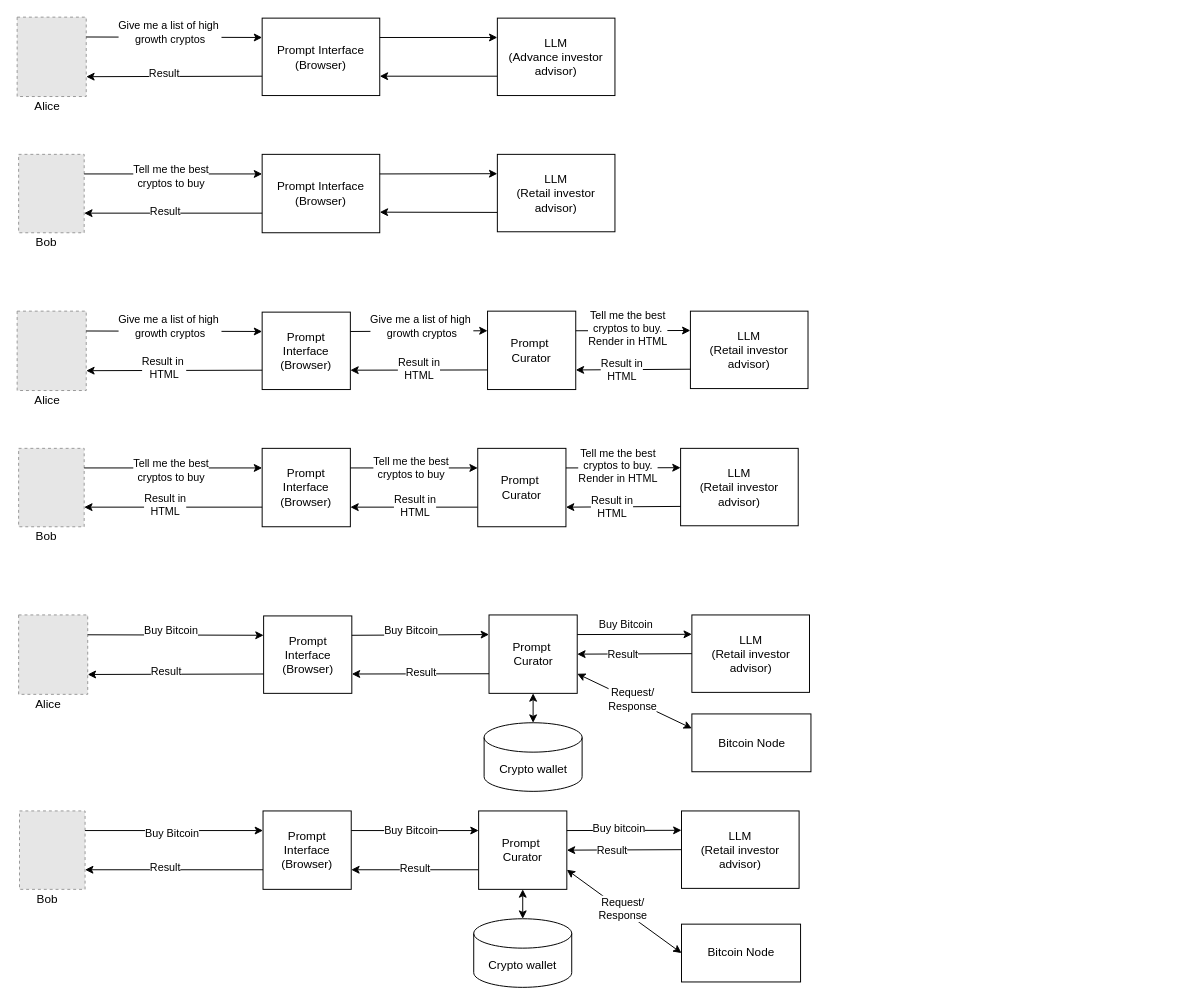
Earlier version of the draw.io diagram page "prompt" (3 of 3) of assets/learn-ai.drawio (paulwizviz/ai-engineering). Source tidied: cells renumbered, new cells numbered last; positions are measured from the earlier drawing's top-left corner, leaving out a move shared by most shapes. Both pictures are drawn from the tidied source at 98%, with x=0, y=0 at pixel (17, 17). Pictures stored in the file or linked from it are replaced by grey dashed boxes.
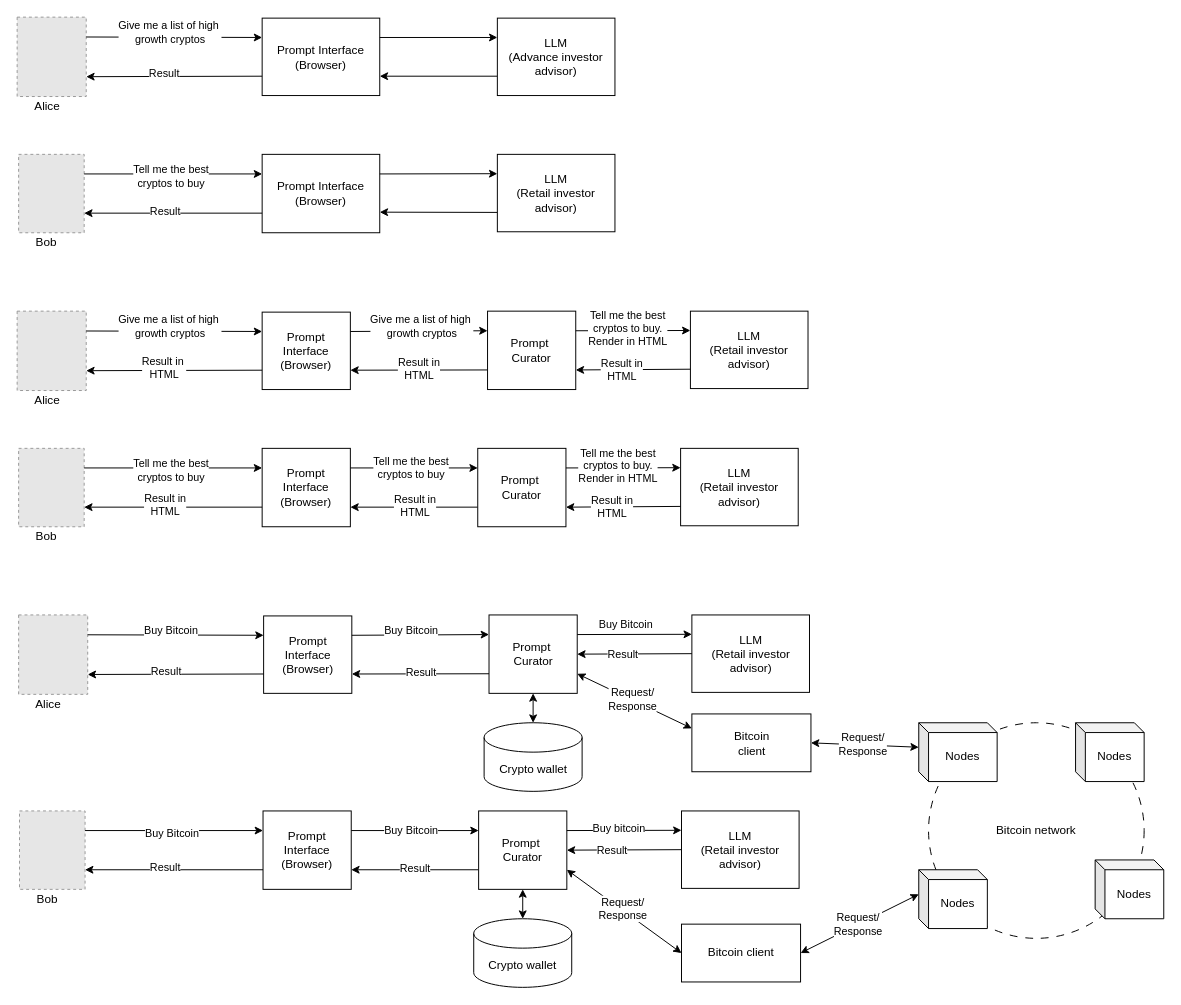
Above is the later version.

Change to the diagram source:
```diff
@@
-    <mxCell id="98" value="Bitcoin Node" style="rounded=0;whiteSpace=wrap;html=1;" parent="1" vertex="1">
+    <mxCell id="98" value="Bitcoin&lt;div&gt;client&lt;/div&gt;" style="rounded=0;whiteSpace=wrap;html=1;" parent="1" vertex="1">
       <mxGeometry x="688.5" y="711" width="121.5" height="59" as="geometry" />
     </mxCell>
@@
-    <mxCell id="101" value="Bitcoin Node" style="rounded=0;whiteSpace=wrap;html=1;" parent="1" vertex="1">
+    <mxCell id="101" value="Bitcoin client" style="rounded=0;whiteSpace=wrap;html=1;" parent="1" vertex="1">
       <mxGeometry x="677.9" y="925.5" width="121.5" height="59" as="geometry" />
     </mxCell>
@@
+    <mxCell id="104" value="Bitcoin network" style="ellipse;whiteSpace=wrap;html=1;fillColor=none;dashed=1;dashPattern=8 8;" parent="1" vertex="1">
+      <mxGeometry x="930" y="720" width="220" height="220" as="geometry" />
+    </mxCell>
+    <mxCell id="105" value="Nodes" style="shape=cube;whiteSpace=wrap;html=1;boundedLbl=1;backgroundOutline=1;darkOpacity=0.05;darkOpacity2=0.1;size=10;" parent="1" vertex="1">
+      <mxGeometry x="920" y="720" width="80" height="60" as="geometry" />
+    </mxCell>
+    <mxCell id="106" value="Nodes" style="shape=cube;whiteSpace=wrap;html=1;boundedLbl=1;backgroundOutline=1;darkOpacity=0.05;darkOpacity2=0.1;size=10;" parent="1" vertex="1">
+      <mxGeometry x="920" y="870" width="70" height="60" as="geometry" />
+    </mxCell>
+    <mxCell id="107" value="Nodes" style="shape=cube;whiteSpace=wrap;html=1;boundedLbl=1;backgroundOutline=1;darkOpacity=0.05;darkOpacity2=0.1;size=10;" parent="1" vertex="1">
+      <mxGeometry x="1080" y="720" width="70" height="60" as="geometry" />
+    </mxCell>
+    <mxCell id="108" value="Nodes" style="shape=cube;whiteSpace=wrap;html=1;boundedLbl=1;backgroundOutline=1;darkOpacity=0.05;darkOpacity2=0.1;size=10;" parent="1" vertex="1">
+      <mxGeometry x="1100" y="860" width="70" height="60" as="geometry" />
+    </mxCell>
+    <mxCell id="109" style="endArrow=classic;startArrow=classic;html=1;rounded=0;entryX=0;entryY=0;entryDx=0;entryDy=25;exitX=1;exitY=0.5;exitDx=0;exitDy=0;entryPerimeter=0;" parent="1" edge="1" source="98" target="105">
+      <mxGeometry relative="1" as="geometry" />
+    </mxCell>
+    <mxCell id="110" value="Request/&lt;div&gt;Response&lt;/div&gt;" style="edgeLabel;html=1;align=center;verticalAlign=middle;" parent="109" vertex="1">
+      <mxGeometry x="-0.04" y="1" relative="1" as="geometry" />
+    </mxCell>
+    <mxCell id="111" style="endArrow=classic;startArrow=classic;html=1;rounded=0;entryX=0;entryY=0;entryDx=0;entryDy=25;exitX=1;exitY=0.5;exitDx=0;exitDy=0;entryPerimeter=0;" parent="1" edge="1" source="101" target="106">
+      <mxGeometry relative="1" as="geometry" />
+    </mxCell>
+    <mxCell id="112" value="Request/&lt;div&gt;Response&lt;/div&gt;" style="edgeLabel;html=1;align=center;verticalAlign=middle;" parent="111" vertex="1">
+      <mxGeometry x="-0.04" y="1" relative="1" as="geometry" />
+    </mxCell>
```
